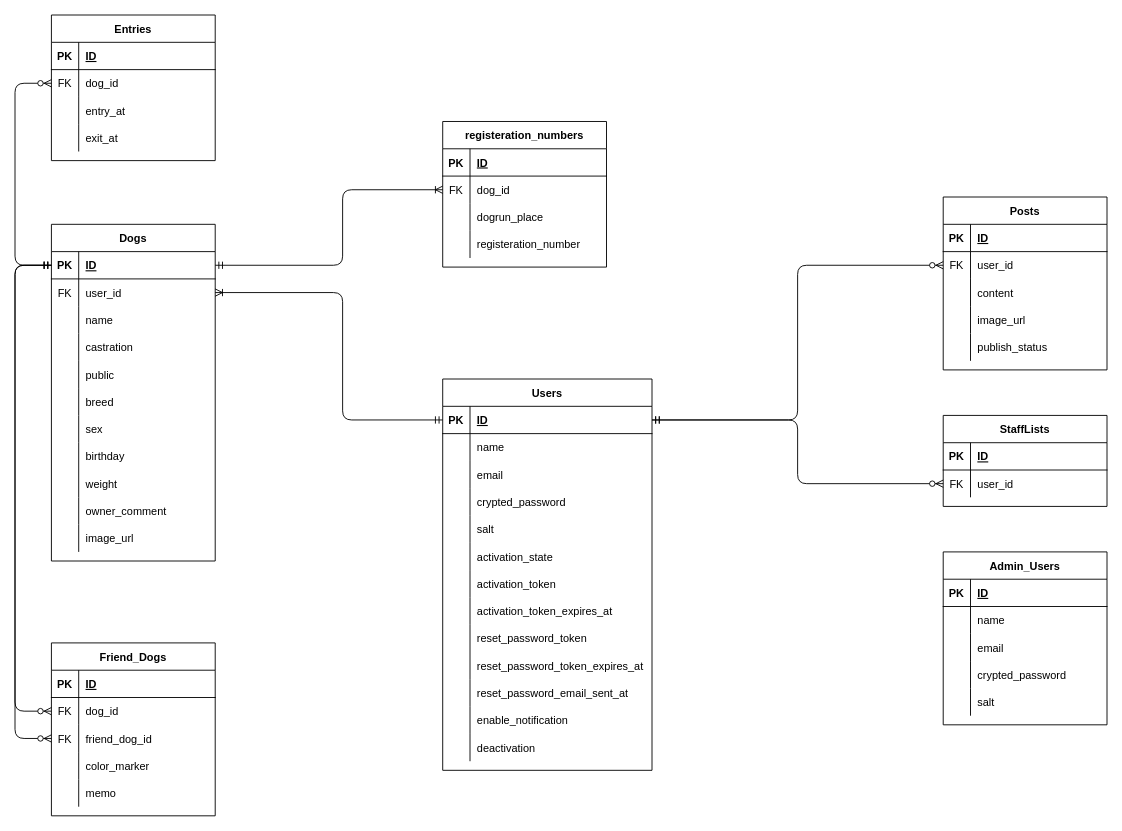
The draw.io diagram ER_diagram.drawio in Kedaruma-Bond/dogrun_connect_app, before the edit. Source tidied: cells renumbered, new cells numbered last; positions are measured from the earlier drawing's top-left corner, leaving out a move shared by most shapes. Both pictures are drawn from the tidied source at 91%, with x=0, y=0 at pixel (15, 15).
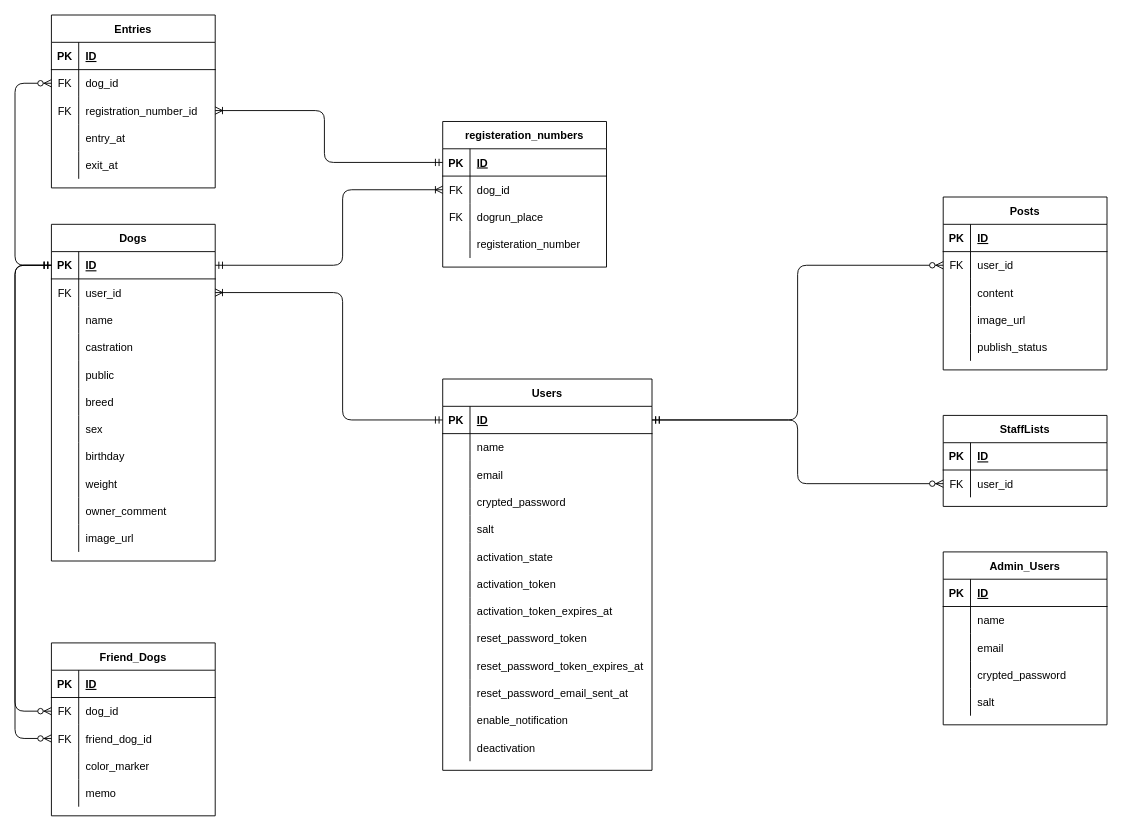
The same diagram, later.

The change refers to these unchanged cells:
```xml
<mxCell id="151" style="shape=tableRow;horizontal=0;startSize=0;swimlaneHead=0;swimlaneBody=0;fillColor=none;points=[[0,0.5],[1,0.5]];portConstraint=eastwest;top=0;left=0;right=0;bottom=1;" parent="150" vertex="1">
  <mxGeometry y="30" width="180" height="30" as="geometry" />
</mxCell>
<mxCell id="157" style="shape=tableRow;horizontal=0;startSize=0;swimlaneHead=0;swimlaneBody=0;fillColor=none;top=0;left=0;right=0;bottom=0;strokeColor=none;" parent="150" vertex="1">
  <mxGeometry y="90" width="180" height="30" as="geometry" />
</mxCell>
```

Change to the diagram source:
```diff
@@
     <mxCell id="2" value="Entries" style="shape=table;startSize=30;childLayout=tableLayout;rowLines=0;fontStyle=1;align=center;" parent="1" vertex="1">
-      <mxGeometry x="40" width="180" height="160" as="geometry" />
+      <mxGeometry x="40" width="180" height="190" as="geometry" />
     </mxCell>
@@
+    <mxCell id="164" style="shape=partialRectangle;fillColor=none;top=0;left=0;bottom=0;right=0;points=[[0,0.5],[1,0.5]];portConstraint=eastwest;" parent="2" vertex="1">
+      <mxGeometry y="90" width="180" height="30" as="geometry" />
+    </mxCell>
+    <mxCell id="165" value="FK" style="shape=partialRectangle;fillColor=none;top=0;left=0;bottom=0;right=0;overflow=hidden;" parent="164" vertex="1">
+      <mxGeometry width="30" height="30" as="geometry" />
+    </mxCell>
+    <mxCell id="166" value="registration_number_id" style="shape=partialRectangle;fillColor=none;top=0;left=0;bottom=0;right=0;align=left;spacingLeft=6;overflow=hidden;" parent="164" vertex="1">
+      <mxGeometry x="30" width="150" height="30" as="geometry" />
+    </mxCell>
     <mxCell id="9" style="shape=partialRectangle;fillColor=none;top=0;left=0;bottom=0;right=0;" parent="2" vertex="1">
-      <mxGeometry y="90" width="180" height="30" as="geometry" />
+      <mxGeometry y="120" width="180" height="30" as="geometry" />
     </mxCell>
@@
     <mxCell id="12" style="shape=partialRectangle;fillColor=none;top=0;left=0;bottom=0;right=0;" parent="2" vertex="1">
-      <mxGeometry y="120" width="180" height="30" as="geometry" />
+      <mxGeometry y="150" width="180" height="30" as="geometry" />
     </mxCell>
@@
-    <mxCell id="158" style="shape=partialRectangle;fillColor=none;top=0;left=0;bottom=0;right=0;overflow=hidden;strokeColor=none;" parent="157" vertex="1">
+    <mxCell id="158" value="FK" style="shape=partialRectangle;fillColor=none;top=0;left=0;bottom=0;right=0;overflow=hidden;strokeColor=none;" parent="157" vertex="1">
       <mxGeometry width="30" height="30" as="geometry" />
     </mxCell>
@@
+    <mxCell id="167" style="edgeStyle=orthogonalEdgeStyle;fontSize=12;html=1;endArrow=ERoneToMany;startArrow=ERmandOne;exitX=0;exitY=0.5;exitDx=0;exitDy=0;entryX=1;entryY=0.5;entryDx=0;entryDy=0;" parent="1" edge="1" source="151" target="164">
+      <mxGeometry relative="1" as="geometry">
+        <Array as="points">
+          <mxPoint x="340" y="162" />
+          <mxPoint x="340" y="105" />
+        </Array>
+      </mxGeometry>
+    </mxCell>
```
